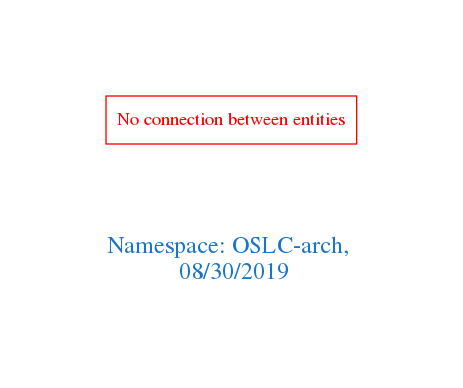
Earlier version of the Graphviz export downloads/OSLC-arch.png (arago/OGIT). Its source is kept beside it as downloads/OSLC-arch.dot.
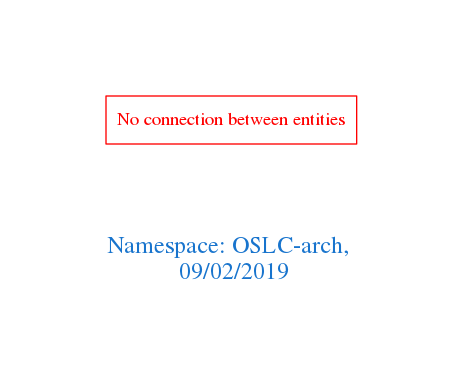
Above is the later version.

What changed in the source:
```diff
@@ -1,7 +1,7 @@
 digraph OGIT_ontology {
  graph [ rankdir= LR,pad=1
 fontsize = 18,
-fontcolor= dodgerblue3,label = "\n\n\nNamespace: OSLC-arch, \n 08/30/2019"];
+fontcolor= dodgerblue3,label = "\n\n\nNamespace: OSLC-arch, \n 09/02/2019"];
 node[shape=polygon];
 edge [  color="gray81"];
 
```
